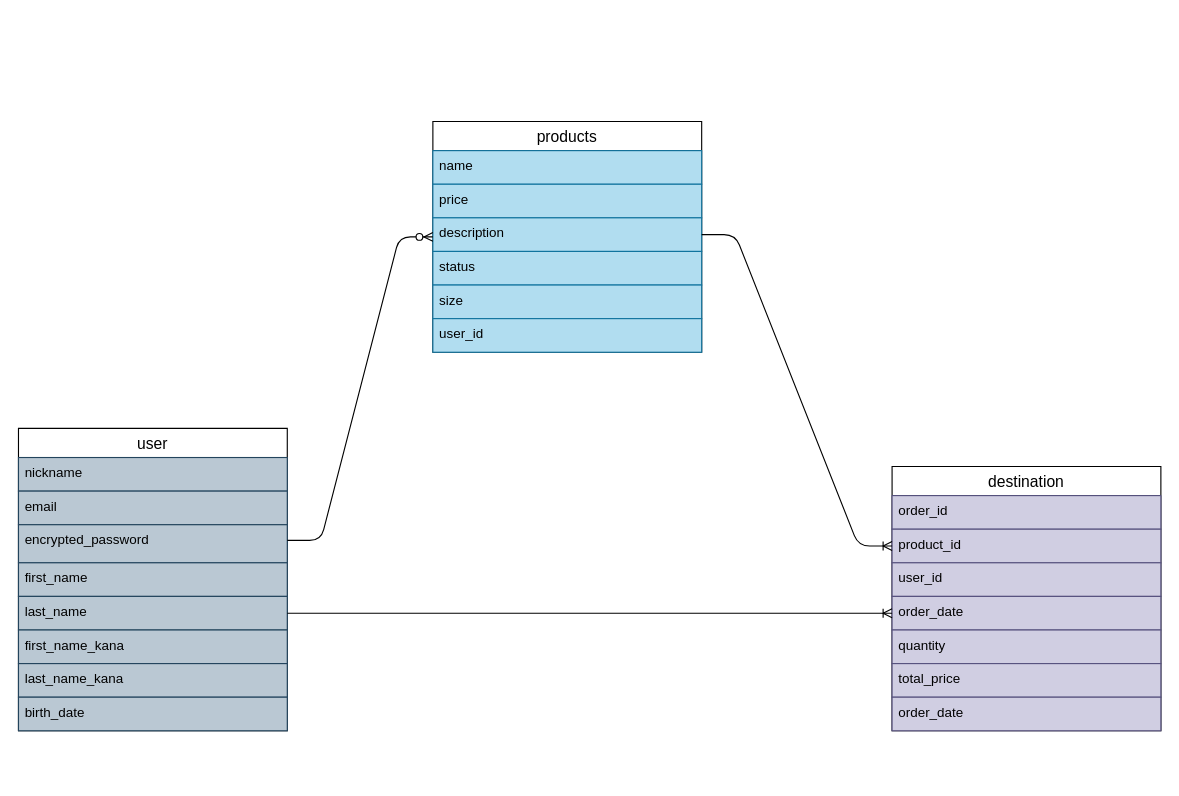
Before: test.dio in shio-san3/furima-41266, a draw.io diagram. Source tidied: cells renumbered, new cells numbered last; positions are measured from the earlier drawing's top-left corner, leaving out a move shared by most shapes. Both pictures are drawn from the tidied source at 112%, with x=0, y=0 at pixel (18, 121).
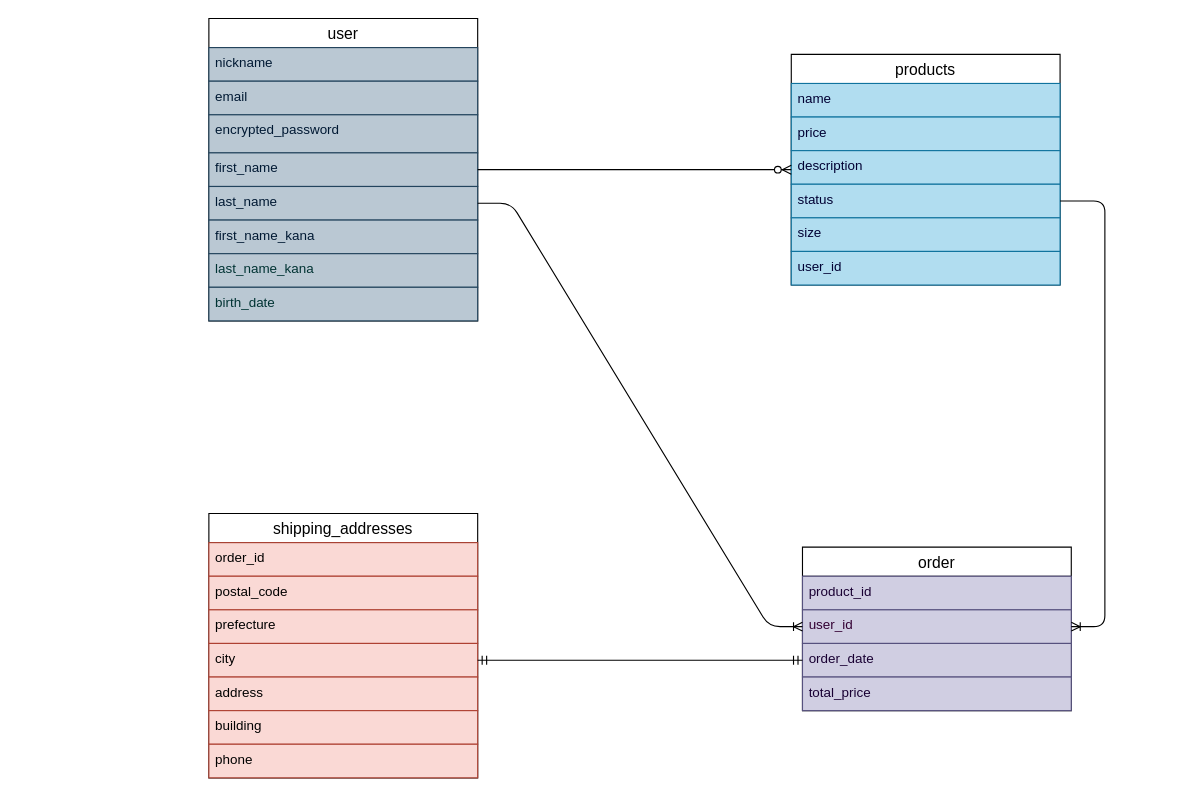
Above is the later version.

Commit message (it also covers changes not shown here):
テーブル設計の再考

What changed in the source:
```diff
@@
     <mxCell id="2" value="user" style="swimlane;fontStyle=0;horizontal=1;startSize=26;align=center;fontSize=14;rotation=0;" parent="1" vertex="1">
-      <mxGeometry y="274" width="240" height="270" as="geometry" />
+      <mxGeometry x="170" y="-92" width="240" height="270" as="geometry" />
     </mxCell>
-    <mxCell id="3" value="nickname" style="text;strokeColor=#23445d;fillColor=#bac8d3;spacingLeft=4;spacingRight=4;overflow=hidden;fontSize=12;" parent="2" vertex="1">
+    <mxCell id="3" value="nickname" style="text;strokeColor=#23445d;fillColor=#bac8d3;spacingLeft=4;spacingRight=4;overflow=hidden;fontSize=12;fontColor=#001933;" parent="2" vertex="1">
       <mxGeometry y="26" width="240" height="30" as="geometry" />
     </mxCell>
-    <mxCell id="4" value="email" style="text;strokeColor=#23445d;fillColor=#bac8d3;spacingLeft=4;spacingRight=4;overflow=hidden;fontSize=12;" parent="2" vertex="1">
+    <mxCell id="4" value="email" style="text;strokeColor=#23445d;fillColor=#bac8d3;spacingLeft=4;spacingRight=4;overflow=hidden;fontSize=12;fontColor=#001933;" parent="2" vertex="1">
       <mxGeometry y="56" width="240" height="30" as="geometry" />
     </mxCell>
-    <mxCell id="5" value="encrypted_password" style="text;strokeColor=#23445d;fillColor=#bac8d3;spacingLeft=4;spacingRight=4;overflow=hidden;fontSize=12;" parent="2" vertex="1">
+    <mxCell id="5" value="encrypted_password" style="text;strokeColor=#23445d;fillColor=#bac8d3;spacingLeft=4;spacingRight=4;overflow=hidden;fontSize=12;fontColor=#001933;" parent="2" vertex="1">
       <mxGeometry y="86" width="240" height="34" as="geometry" />
     </mxCell>
-    <mxCell id="6" value="first_name " style="text;strokeColor=#23445d;fillColor=#bac8d3;spacingLeft=4;spacingRight=4;overflow=hidden;points=[[0,0.5],[1,0.5]];portConstraint=eastwest;fontSize=12;" parent="2" vertex="1">
+    <mxCell id="6" value="first_name " style="text;strokeColor=#23445d;fillColor=#bac8d3;spacingLeft=4;spacingRight=4;overflow=hidden;points=[[0,0.5],[1,0.5]];portConstraint=eastwest;fontSize=12;fontColor=#001933;" parent="2" vertex="1">
       <mxGeometry y="120" width="240" height="30" as="geometry" />
     </mxCell>
-    <mxCell id="7" value="last_name " style="text;strokeColor=#23445d;fillColor=#bac8d3;spacingLeft=4;spacingRight=4;overflow=hidden;points=[[0,0.5],[1,0.5]];portConstraint=eastwest;fontSize=12;" parent="2" vertex="1">
+    <mxCell id="7" value="last_name " style="text;strokeColor=#23445d;fillColor=#bac8d3;spacingLeft=4;spacingRight=4;overflow=hidden;points=[[0,0.5],[1,0.5]];portConstraint=eastwest;fontSize=12;fontColor=#001933;" parent="2" vertex="1">
       <mxGeometry y="150" width="240" height="30" as="geometry" />
     </mxCell>
-    <mxCell id="8" value="first_name_kana" style="text;strokeColor=#23445d;fillColor=#bac8d3;spacingLeft=4;spacingRight=4;overflow=hidden;fontSize=12;" parent="2" vertex="1">
+    <mxCell id="8" value="first_name_kana" style="text;strokeColor=#23445d;fillColor=#bac8d3;spacingLeft=4;spacingRight=4;overflow=hidden;fontSize=12;fontColor=#001933;" parent="2" vertex="1">
       <mxGeometry y="180" width="240" height="30" as="geometry" />
     </mxCell>
-    <mxCell id="9" value="last_name_kana" style="text;strokeColor=#23445d;fillColor=#bac8d3;spacingLeft=4;spacingRight=4;overflow=hidden;fontSize=12;" parent="2" vertex="1">
+    <mxCell id="9" value="last_name_kana" style="text;strokeColor=#23445d;fillColor=#bac8d3;spacingLeft=4;spacingRight=4;overflow=hidden;fontSize=12;fontColor=#003333;" parent="2" vertex="1">
       <mxGeometry y="210" width="240" height="30" as="geometry" />
     </mxCell>
-    <mxCell id="10" value="birth_date" style="text;strokeColor=#23445d;fillColor=#bac8d3;spacingLeft=4;spacingRight=4;overflow=hidden;fontSize=12;" parent="2" vertex="1">
+    <mxCell id="10" value="birth_date" style="text;strokeColor=#23445d;fillColor=#bac8d3;spacingLeft=4;spacingRight=4;overflow=hidden;fontSize=12;fontColor=#003333;" parent="2" vertex="1">
       <mxGeometry y="240" width="240" height="30" as="geometry" />
     </mxCell>
     <mxCell id="11" value="products" style="swimlane;fontStyle=0;horizontal=1;startSize=26;align=center;fontSize=14;" parent="1" vertex="1">
-      <mxGeometry x="370" width="240" height="206" as="geometry" />
+      <mxGeometry x="690" y="-60" width="240" height="206" as="geometry" />
     </mxCell>
-    <mxCell id="12" value="name" style="text;strokeColor=#10739e;fillColor=#b1ddf0;spacingLeft=4;spacingRight=4;overflow=hidden;fontSize=12;" parent="11" vertex="1">
+    <mxCell id="12" value="name" style="text;strokeColor=#10739e;fillColor=#b1ddf0;spacingLeft=4;spacingRight=4;overflow=hidden;fontSize=12;fontColor=#000033;" parent="11" vertex="1">
       <mxGeometry y="26" width="240" height="30" as="geometry" />
     </mxCell>
-    <mxCell id="13" value="price" style="text;strokeColor=#10739e;fillColor=#b1ddf0;spacingLeft=4;spacingRight=4;overflow=hidden;fontSize=12;" parent="11" vertex="1">
+    <mxCell id="13" value="price" style="text;strokeColor=#10739e;fillColor=#b1ddf0;spacingLeft=4;spacingRight=4;overflow=hidden;fontSize=12;fontColor=#000033;" parent="11" vertex="1">
       <mxGeometry y="56" width="240" height="30" as="geometry" />
     </mxCell>
-    <mxCell id="14" value="description" style="text;strokeColor=#10739e;fillColor=#b1ddf0;spacingLeft=4;spacingRight=4;overflow=hidden;points=[[0,0.5],[1,0.5]];portConstraint=eastwest;fontSize=12;" parent="11" vertex="1">
+    <mxCell id="14" value="description" style="text;strokeColor=#10739e;fillColor=#b1ddf0;spacingLeft=4;spacingRight=4;overflow=hidden;points=[[0,0.5],[1,0.5]];portConstraint=eastwest;fontSize=12;fontColor=#000033;" parent="11" vertex="1">
       <mxGeometry y="86" width="240" height="30" as="geometry" />
     </mxCell>
-    <mxCell id="15" value="status" style="text;strokeColor=#10739e;fillColor=#b1ddf0;spacingLeft=4;spacingRight=4;overflow=hidden;points=[[0,0.5],[1,0.5]];portConstraint=eastwest;fontSize=12;" parent="11" vertex="1">
+    <mxCell id="15" value="status" style="text;strokeColor=#10739e;fillColor=#b1ddf0;spacingLeft=4;spacingRight=4;overflow=hidden;points=[[0,0.5],[1,0.5]];portConstraint=eastwest;fontSize=12;fontColor=#000033;" parent="11" vertex="1">
       <mxGeometry y="116" width="240" height="30" as="geometry" />
     </mxCell>
-    <mxCell id="16" value="size" style="text;strokeColor=#10739e;fillColor=#b1ddf0;spacingLeft=4;spacingRight=4;overflow=hidden;fontSize=12;" parent="11" vertex="1">
+    <mxCell id="16" value="size" style="text;strokeColor=#10739e;fillColor=#b1ddf0;spacingLeft=4;spacingRight=4;overflow=hidden;fontSize=12;fontColor=#000033;" parent="11" vertex="1">
       <mxGeometry y="146" width="240" height="30" as="geometry" />
     </mxCell>
-    <mxCell id="17" value="user_id" style="text;strokeColor=#10739e;fillColor=#b1ddf0;spacingLeft=4;spacingRight=4;overflow=hidden;fontSize=12;" parent="11" vertex="1">
+    <mxCell id="17" value="user_id" style="text;strokeColor=#10739e;fillColor=#b1ddf0;spacingLeft=4;spacingRight=4;overflow=hidden;fontSize=12;fontColor=#000033;" parent="11" vertex="1">
       <mxGeometry y="176" width="240" height="30" as="geometry" />
     </mxCell>
-    <mxCell id="18" value="destination" style="swimlane;fontStyle=0;horizontal=1;startSize=26;align=center;fontSize=14;" parent="1" vertex="1">
-      <mxGeometry x="780" y="308" width="240" height="236" as="geometry" />
+    <mxCell id="18" value="order" style="swimlane;fontStyle=0;horizontal=1;startSize=26;align=center;fontSize=14;" parent="1" vertex="1">
+      <mxGeometry x="700" y="380" width="240" height="146" as="geometry" />
     </mxCell>
-    <mxCell id="19" value="order_id" style="text;strokeColor=#56517e;fillColor=#d0cee2;spacingLeft=4;spacingRight=4;overflow=hidden;fontSize=12;" parent="18" vertex="1">
-      <mxGeometry y="26" width="240" height="30" as="geometry" />
-    </mxCell>
-    <mxCell id="20" value="product_id" style="text;strokeColor=#56517e;fillColor=#d0cee2;spacingLeft=4;spacingRight=4;overflow=hidden;points=[[0,0.5],[1,0.5]];portConstraint=eastwest;fontSize=12;" parent="18" vertex="1">
-      <mxGeometry y="56" width="240" height="30" as="geometry" />
+    <mxCell id="20" value="product_id" style="text;strokeColor=#56517e;fillColor=#d0cee2;spacingLeft=4;spacingRight=4;overflow=hidden;points=[[0,0.5],[1,0.5]];portConstraint=eastwest;fontSize=12;fontColor=#190033;" parent="18" vertex="1">
+      <mxGeometry y="26" width="240" height="30" as="geometry" />
     </mxCell>
-    <mxCell id="21" value="user_id" style="text;strokeColor=#56517e;fillColor=#d0cee2;spacingLeft=4;spacingRight=4;overflow=hidden;points=[[0,0.5],[1,0.5]];portConstraint=eastwest;fontSize=12;" parent="18" vertex="1">
-      <mxGeometry y="86" width="240" height="30" as="geometry" />
+    <mxCell id="21" value="user_id" style="text;strokeColor=#56517e;fillColor=#d0cee2;spacingLeft=4;spacingRight=4;overflow=hidden;points=[[0,0.5],[1,0.5]];portConstraint=eastwest;fontSize=12;fontColor=#330033;" parent="18" vertex="1">
+      <mxGeometry y="56" width="240" height="30" as="geometry" />
     </mxCell>
-    <mxCell id="22" value="order_date" style="text;strokeColor=#56517e;fillColor=#d0cee2;spacingLeft=4;spacingRight=4;overflow=hidden;points=[[0,0.5],[1,0.5]];portConstraint=eastwest;fontSize=12;" parent="18" vertex="1">
-      <mxGeometry y="116" width="240" height="30" as="geometry" />
+    <mxCell id="22" value="order_date" style="text;strokeColor=#56517e;fillColor=#d0cee2;spacingLeft=4;spacingRight=4;overflow=hidden;points=[[0,0.5],[1,0.5]];portConstraint=eastwest;fontSize=12;fontColor=#190033;" parent="18" vertex="1">
+      <mxGeometry y="86" width="240" height="30" as="geometry" />
     </mxCell>
-    <mxCell id="23" value="quantity" style="text;strokeColor=#56517e;fillColor=#d0cee2;spacingLeft=4;spacingRight=4;overflow=hidden;fontSize=12;" parent="18" vertex="1">
-      <mxGeometry y="146" width="240" height="30" as="geometry" />
-    </mxCell>
-    <mxCell id="24" value="total_price" style="text;strokeColor=#56517e;fillColor=#d0cee2;spacingLeft=4;spacingRight=4;overflow=hidden;fontSize=12;" parent="18" vertex="1">
-      <mxGeometry y="176" width="240" height="30" as="geometry" />
+    <mxCell id="24" value="total_price" style="text;strokeColor=#56517e;fillColor=#d0cee2;spacingLeft=4;spacingRight=4;overflow=hidden;fontSize=12;fontColor=#190033;" parent="18" vertex="1">
+      <mxGeometry y="116" width="240" height="30" as="geometry" />
     </mxCell>
-    <mxCell id="25" value="order_date" style="text;strokeColor=#56517e;fillColor=#d0cee2;spacingLeft=4;spacingRight=4;overflow=hidden;fontSize=12;" parent="18" vertex="1">
-      <mxGeometry y="206" width="240" height="30" as="geometry" />
-    </mxCell>
-    <mxCell id="26" style="edgeStyle=entityRelationEdgeStyle;fontSize=12;html=1;endArrow=ERoneToMany;" parent="1" edge="1" source="14" target="20">
+    <mxCell id="26" style="edgeStyle=entityRelationEdgeStyle;fontSize=12;html=1;endArrow=ERoneToMany;" parent="1" edge="1" source="15" target="21">
       <mxGeometry relative="1" as="geometry" />
     </mxCell>
-    <mxCell id="27" style="edgeStyle=entityRelationEdgeStyle;fontSize=12;html=1;endArrow=ERoneToMany;" parent="1" edge="1" source="7" target="22">
+    <mxCell id="27" style="edgeStyle=entityRelationEdgeStyle;fontSize=12;html=1;endArrow=ERoneToMany;" parent="1" edge="1" source="7" target="21">
       <mxGeometry relative="1" as="geometry" />
     </mxCell>
-    <mxCell id="28" style="edgeStyle=entityRelationEdgeStyle;fontSize=12;html=1;endArrow=ERzeroToMany;endFill=1;" parent="1" edge="1" target="11">
-      <mxGeometry relative="1" as="geometry">
-        <mxPoint x="240" y="374" as="sourcePoint" />
-      </mxGeometry>
+    <mxCell id="28" style="edgeStyle=entityRelationEdgeStyle;fontSize=12;html=1;endArrow=ERzeroToMany;endFill=1;" parent="1" edge="1" source="6" target="11">
+      <mxGeometry relative="1" as="geometry" />
     </mxCell>
+    <mxCell id="29" value="shipping_addresses" style="swimlane;fontStyle=0;horizontal=1;startSize=26;align=center;fontSize=14;" parent="1" vertex="1">
+      <mxGeometry x="170" y="350" width="240" height="236" as="geometry" />
+    </mxCell>
+    <mxCell id="19" value="order_id" style="text;strokeColor=#ae4132;fillColor=#fad9d5;spacingLeft=4;spacingRight=4;overflow=hidden;fontSize=12;fontColor=#000000;" parent="29" vertex="1">
+      <mxGeometry y="26" width="240" height="30" as="geometry" />
+    </mxCell>
+    <mxCell id="30" value="postal_code" style="text;strokeColor=#ae4132;fillColor=#fad9d5;spacingLeft=4;spacingRight=4;overflow=hidden;fontSize=12;fontColor=#000000;" parent="29" vertex="1">
+      <mxGeometry y="56" width="240" height="30" as="geometry" />
+    </mxCell>
+    <mxCell id="31" value="prefecture" style="text;strokeColor=#ae4132;fillColor=#fad9d5;spacingLeft=4;spacingRight=4;overflow=hidden;fontSize=12;fontColor=#000000;" parent="29" vertex="1">
+      <mxGeometry y="86" width="240" height="30" as="geometry" />
+    </mxCell>
+    <mxCell id="32" value="city" style="text;strokeColor=#ae4132;fillColor=#fad9d5;spacingLeft=4;spacingRight=4;overflow=hidden;points=[[0,0.5],[1,0.5]];portConstraint=eastwest;fontSize=12;fontColor=#000000;" parent="29" vertex="1">
+      <mxGeometry y="116" width="240" height="30" as="geometry" />
+    </mxCell>
+    <mxCell id="33" value="address" style="text;strokeColor=#ae4132;fillColor=#fad9d5;spacingLeft=4;spacingRight=4;overflow=hidden;fontSize=12;fontColor=#000000;" parent="29" vertex="1">
+      <mxGeometry y="146" width="240" height="30" as="geometry" />
+    </mxCell>
+    <mxCell id="34" value="building" style="text;strokeColor=#ae4132;fillColor=#fad9d5;spacingLeft=4;spacingRight=4;overflow=hidden;fontSize=12;fontColor=#000000;" parent="29" vertex="1">
+      <mxGeometry y="176" width="240" height="30" as="geometry" />
+    </mxCell>
+    <mxCell id="35" value="phone" style="text;strokeColor=#ae4132;fillColor=#fad9d5;spacingLeft=4;spacingRight=4;overflow=hidden;fontSize=12;fontColor=#000000;" parent="29" vertex="1">
+      <mxGeometry y="206" width="240" height="30" as="geometry" />
+    </mxCell>
+    <mxCell id="36" style="edgeStyle=entityRelationEdgeStyle;fontSize=12;html=1;endArrow=ERmandOne;startArrow=ERmandOne;fontColor=#003333;" parent="1" edge="1" source="32" target="22">
+      <mxGeometry relative="1" as="geometry" />
+    </mxCell>
```
